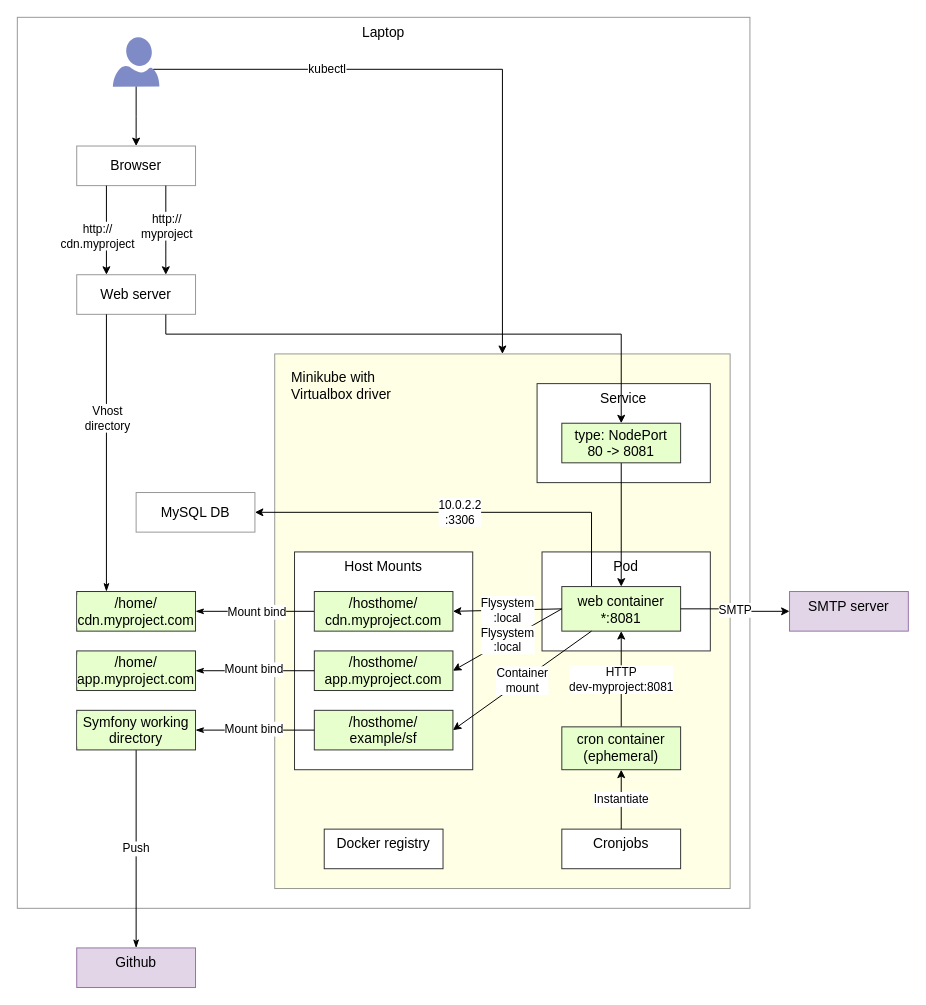
This is page "local" (1 of 2) of docs/architecture.drawio from ericjacolin/symfony-gke, a draw.io file, before an edit. Source tidied: cells renumbered, new cells numbered last; positions are measured from the earlier drawing's top-left corner, leaving out a move shared by most shapes. Both pictures are drawn from the tidied source at 99%, with x=0, y=0 at pixel (17, 17).
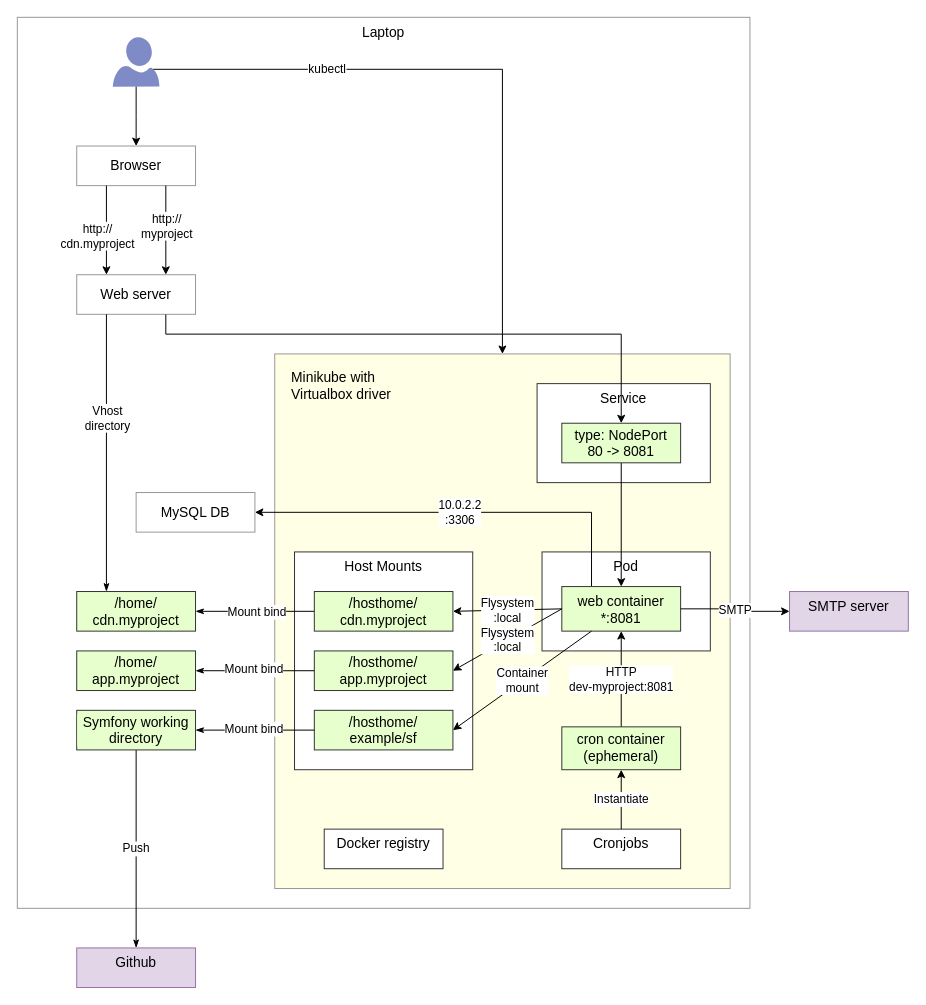
After the change.

Commit message (it also covers changes not shown here):
Updated architecture diagram

What changed in the source:
```diff
@@
-    <mxCell id="22" value="/home/&lt;br&gt;cdn.myproject.com" style="rounded=0;whiteSpace=wrap;html=1;strokeColor=#333333;strokeWidth=1;fillColor=#E6FFCC;fontSize=14;labelBackgroundColor=#E6FFCC;" parent="1" vertex="1">
+    <mxCell id="22" value="/home/&lt;br&gt;cdn.myproject" style="rounded=0;whiteSpace=wrap;html=1;strokeColor=#333333;strokeWidth=1;fillColor=#E6FFCC;fontSize=14;labelBackgroundColor=#E6FFCC;" parent="1" vertex="1">
       <mxGeometry x="60" y="580" width="120" height="40" as="geometry" />
     </mxCell>
-    <mxCell id="23" value="/home/&lt;br&gt;app.myproject.com" style="rounded=0;whiteSpace=wrap;html=1;strokeColor=#333333;strokeWidth=1;fillColor=#E6FFCC;fontSize=14;labelBackgroundColor=#E6FFCC;" parent="1" vertex="1">
+    <mxCell id="23" value="/home/&lt;br&gt;app.myproject" style="rounded=0;whiteSpace=wrap;html=1;strokeColor=#333333;strokeWidth=1;fillColor=#E6FFCC;fontSize=14;labelBackgroundColor=#E6FFCC;" parent="1" vertex="1">
       <mxGeometry x="60" y="640" width="120" height="40" as="geometry" />
     </mxCell>
-    <mxCell id="24" value="/hosthome/&lt;br&gt;app.myproject.com" style="rounded=0;whiteSpace=wrap;html=1;strokeColor=#333333;strokeWidth=1;fillColor=#E6FFCC;fontSize=14;labelBackgroundColor=#E6FFCC;" parent="1" vertex="1">
+    <mxCell id="24" value="/hosthome/&lt;br&gt;app.myproject" style="rounded=0;whiteSpace=wrap;html=1;strokeColor=#333333;strokeWidth=1;fillColor=#E6FFCC;fontSize=14;labelBackgroundColor=#E6FFCC;" parent="1" vertex="1">
       <mxGeometry x="300" y="640" width="140" height="40" as="geometry" />
     </mxCell>
@@
-    <mxCell id="27" value="/hosthome/&lt;br&gt;cdn.myproject.com" style="rounded=0;whiteSpace=wrap;html=1;strokeColor=#333333;strokeWidth=1;fillColor=#E6FFCC;fontSize=14;labelBackgroundColor=#E6FFCC;" parent="1" vertex="1">
+    <mxCell id="27" value="/hosthome/&lt;br&gt;cdn.myproject" style="rounded=0;whiteSpace=wrap;html=1;strokeColor=#333333;strokeWidth=1;fillColor=#E6FFCC;fontSize=14;labelBackgroundColor=#E6FFCC;" parent="1" vertex="1">
       <mxGeometry x="300" y="580" width="140" height="40" as="geometry" />
     </mxCell>
```
